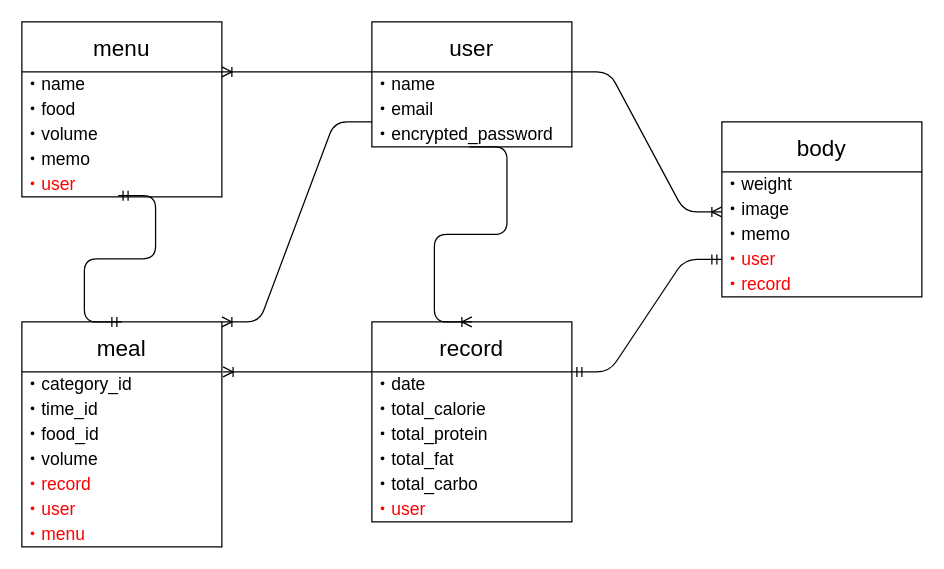
Above: Draw.io/ER.dio in YamAtsu16/DietApp (draw.io), before the change. Source tidied: cells renumbered, new cells numbered last; positions are measured from the earlier drawing's top-left corner, leaving out a move shared by most shapes. Both pictures are drawn from the tidied source at 125%, with x=0, y=0 at pixel (21, 21).
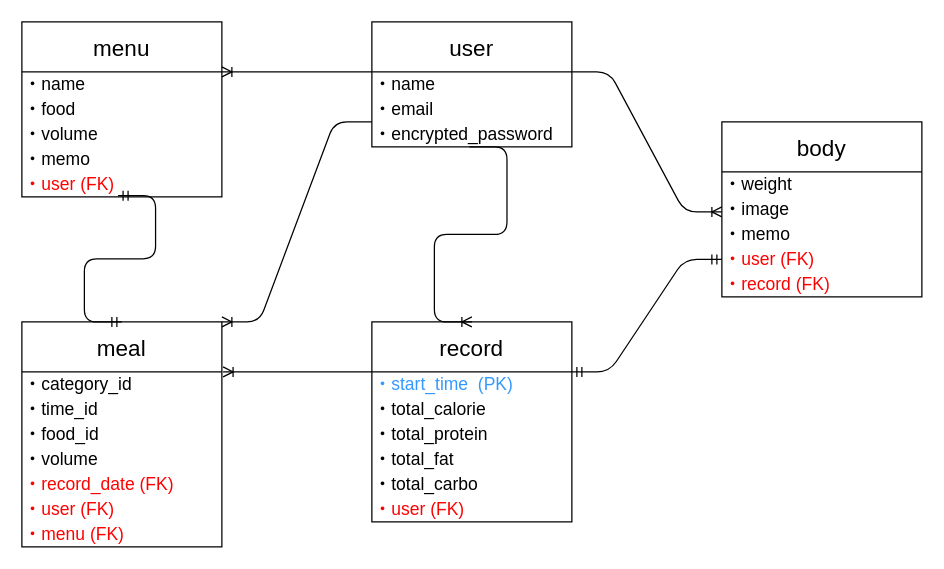
Above is the later version.

The change refers to these unchanged cells:
```xml
<mxCell id="6" value="body" style="swimlane;fontStyle=0;horizontal=1;startSize=40;align=center;fontSize=18;fillColor=none;" parent="1" vertex="1">
  <mxGeometry x="560" y="80" width="160" height="140" as="geometry" />
</mxCell>
<mxCell id="12" value="meal" style="swimlane;fontStyle=0;horizontal=1;startSize=40;align=center;fontSize=18;fillColor=none;" parent="1" vertex="1">
  <mxGeometry y="240" width="160" height="180" as="geometry" />
</mxCell>
<mxCell id="20" value="menu" style="swimlane;fontStyle=0;horizontal=1;startSize=40;align=center;fontSize=18;fillColor=none;" parent="1" vertex="1">
  <mxGeometry width="160" height="140" as="geometry" />
</mxCell>
<mxCell id="31" value="record" style="swimlane;fontStyle=0;horizontal=1;startSize=40;align=center;fontSize=18;fillColor=none;" parent="1" vertex="1">
  <mxGeometry x="280" y="240" width="160" height="160" as="geometry" />
</mxCell>
```

The edit, as a diff of the source:
```diff
@@
-    <mxCell id="10" value="&lt;font color=&quot;#ff0000&quot;&gt;・user&lt;/font&gt;" style="text;html=1;align=left;verticalAlign=middle;points=[];strokeColor=none;fillColor=none;fontSize=14;" parent="6" vertex="1">
+    <mxCell id="10" value="&lt;font color=&quot;#ff0000&quot;&gt;・user (FK)&lt;/font&gt;" style="text;html=1;align=left;verticalAlign=middle;points=[];strokeColor=none;fillColor=none;fontSize=14;" parent="6" vertex="1">
       <mxGeometry y="100" width="160" height="20" as="geometry" />
     </mxCell>
-    <mxCell id="11" value="&lt;font color=&quot;#ff0000&quot;&gt;・record&lt;/font&gt;" style="text;html=1;align=left;verticalAlign=middle;strokeColor=none;fillColor=none;fontSize=14;" parent="6" vertex="1">
+    <mxCell id="11" value="&lt;font color=&quot;#ff0000&quot;&gt;・record (FK)&lt;/font&gt;" style="text;html=1;align=left;verticalAlign=middle;strokeColor=none;fillColor=none;fontSize=14;" parent="6" vertex="1">
       <mxGeometry y="120" width="160" height="20" as="geometry" />
     </mxCell>
@@
-    <mxCell id="17" value="&lt;font color=&quot;#ff0000&quot;&gt;・record&lt;/font&gt;" style="text;html=1;align=left;verticalAlign=middle;strokeColor=none;fillColor=none;fontSize=14;" parent="12" vertex="1">
+    <mxCell id="17" value="&lt;font color=&quot;#ff0000&quot;&gt;・record_date (FK)&lt;/font&gt;" style="text;html=1;align=left;verticalAlign=middle;strokeColor=none;fillColor=none;fontSize=14;" parent="12" vertex="1">
       <mxGeometry y="120" width="160" height="20" as="geometry" />
     </mxCell>
-    <mxCell id="18" value="&lt;font color=&quot;#ff0000&quot;&gt;・user&lt;/font&gt;" style="text;html=1;align=left;verticalAlign=middle;strokeColor=none;fillColor=none;fontSize=14;" parent="12" vertex="1">
+    <mxCell id="18" value="&lt;font color=&quot;#ff0000&quot;&gt;・user (FK)&lt;/font&gt;" style="text;html=1;align=left;verticalAlign=middle;strokeColor=none;fillColor=none;fontSize=14;" parent="12" vertex="1">
       <mxGeometry y="140" width="160" height="20" as="geometry" />
     </mxCell>
-    <mxCell id="19" value="&lt;font color=&quot;#ff0000&quot;&gt;・menu&lt;/font&gt;" style="text;html=1;align=left;verticalAlign=middle;strokeColor=none;fillColor=none;fontSize=14;" parent="12" vertex="1">
+    <mxCell id="19" value="&lt;font color=&quot;#ff0000&quot;&gt;・menu (FK)&lt;/font&gt;" style="text;html=1;align=left;verticalAlign=middle;strokeColor=none;fillColor=none;fontSize=14;" parent="12" vertex="1">
       <mxGeometry y="160" width="160" height="20" as="geometry" />
     </mxCell>
@@
-    <mxCell id="25" value="&lt;font color=&quot;#ff0000&quot;&gt;・user&lt;/font&gt;" style="text;html=1;align=left;verticalAlign=middle;points=[];strokeColor=none;fillColor=none;fontSize=14;" parent="20" vertex="1">
+    <mxCell id="25" value="&lt;font color=&quot;#ff0000&quot;&gt;・user (FK)&lt;/font&gt;" style="text;html=1;align=left;verticalAlign=middle;points=[];strokeColor=none;fillColor=none;fontSize=14;" parent="20" vertex="1">
       <mxGeometry y="120" width="160" height="20" as="geometry" />
     </mxCell>
@@
-    <mxCell id="32" value="・date" style="text;html=1;align=left;verticalAlign=middle;points=[];strokeColor=none;fillColor=none;fontSize=14;" parent="31" vertex="1">
+    <mxCell id="32" value="&lt;font color=&quot;#3399ff&quot;&gt;・start_time&amp;nbsp; (PK)&lt;/font&gt;" style="text;html=1;align=left;verticalAlign=middle;points=[];strokeColor=none;fillColor=none;fontSize=14;" parent="31" vertex="1">
       <mxGeometry y="40" width="160" height="20" as="geometry" />
     </mxCell>
@@
-    <mxCell id="37" value="&lt;font color=&quot;#ff0000&quot;&gt;・user&lt;/font&gt;" style="text;html=1;align=left;verticalAlign=middle;strokeColor=none;fillColor=none;fontSize=14;" parent="31" vertex="1">
+    <mxCell id="37" value="&lt;font color=&quot;#ff0000&quot;&gt;・user (FK)&lt;/font&gt;" style="text;html=1;align=left;verticalAlign=middle;strokeColor=none;fillColor=none;fontSize=14;" parent="31" vertex="1">
       <mxGeometry y="140" width="160" height="20" as="geometry" />
     </mxCell>
```
